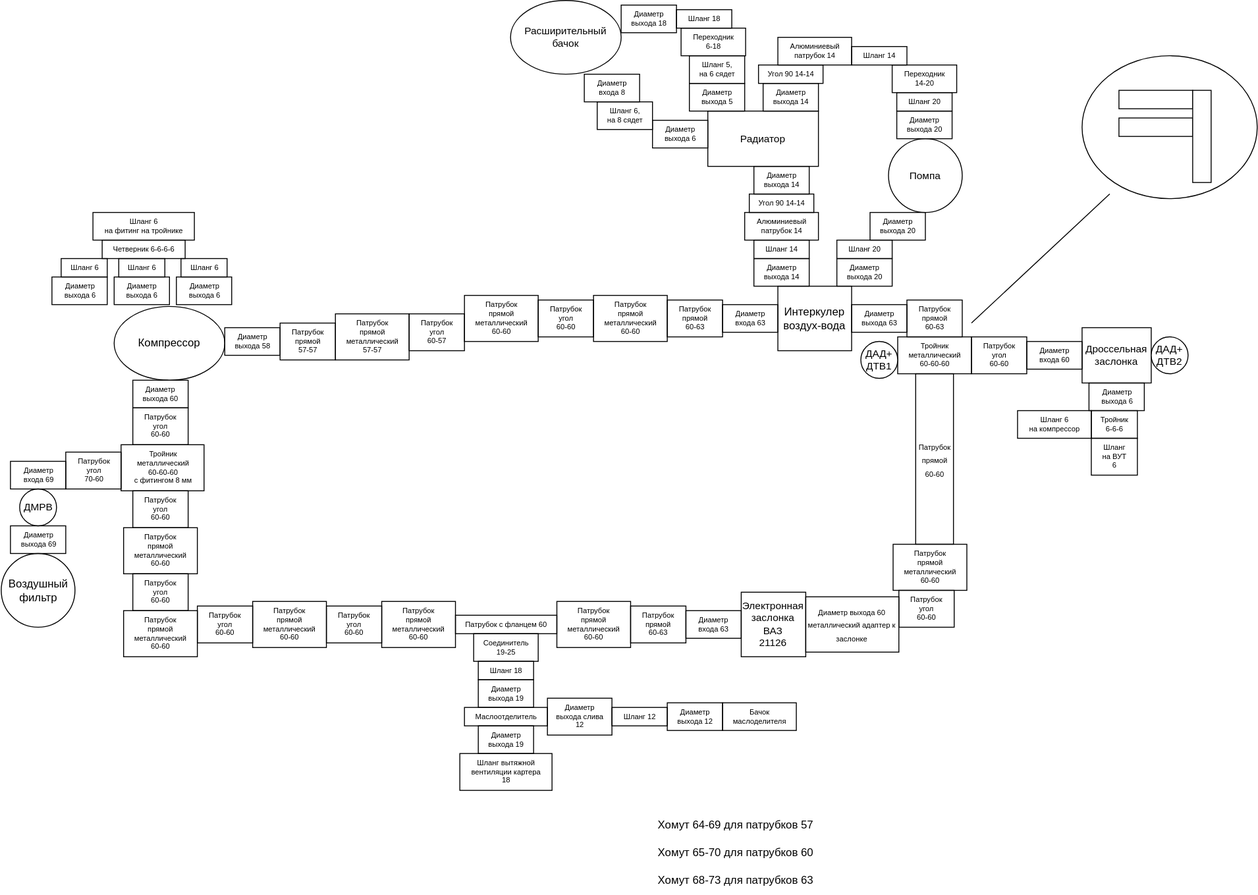
Above: pipes_scheme.drawio.svg in kak-tus/compressor (draw.io), before the change. Source tidied: cells renumbered, new cells last; positions are measured from the earlier drawing's top-left corner, leaving out a move shared by most shapes.
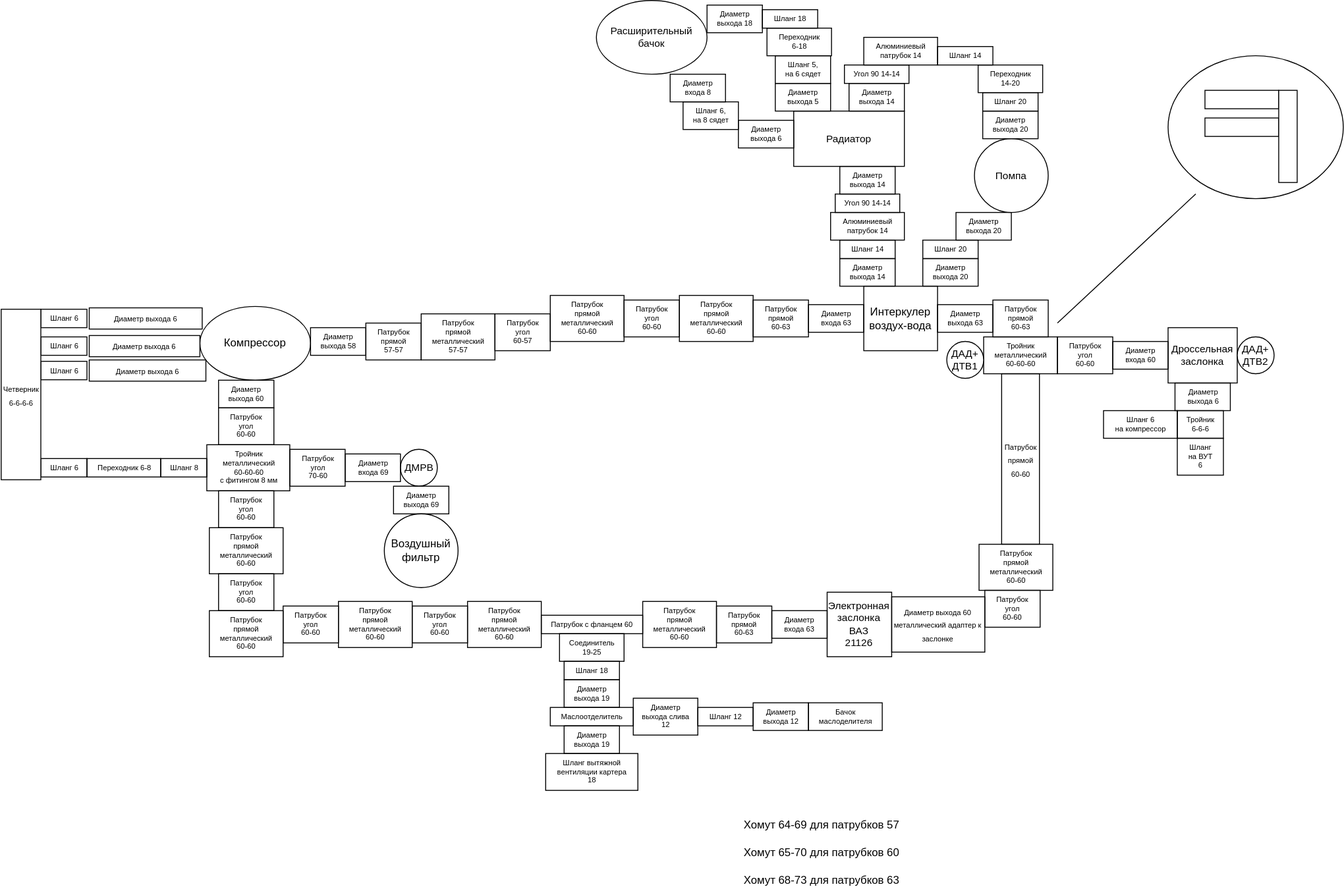
Above is the later version.

Commit message:
Vent pipes from 6 to 8.

Change to the diagram source:
```diff
@@ -3,7 +3,7 @@
     <mxCell id="0" />
     <mxCell id="1" parent="0" />
     <mxCell id="2" value="Воздушный фильтр" style="ellipse;whiteSpace=wrap;html=1;" parent="1" vertex="1">
-      <mxGeometry x="-0.5" y="600" width="80" height="80" as="geometry" />
+      <mxGeometry x="322" y="557" width="80" height="80" as="geometry" />
     </mxCell>
     <mxCell id="3" value="Компрессор" style="ellipse;whiteSpace=wrap;html=1;" parent="1" vertex="1">
       <mxGeometry x="122" y="332" width="120" height="80" as="geometry" />
@@ -30,7 +30,7 @@
       <mxGeometry x="962" y="150" width="80" height="80" as="geometry" />
     </mxCell>
     <mxCell id="11" value="ДМРВ" style="ellipse;whiteSpace=wrap;html=1;fontFamily=Helvetica;fontSize=11;fontColor=default;" parent="1" vertex="1">
-      <mxGeometry x="19.5" y="530" width="40" height="40" as="geometry" />
+      <mxGeometry x="339.5" y="487" width="40" height="40" as="geometry" />
     </mxCell>
     <mxCell id="12" value="Диаметр&lt;br style=&quot;font-size: 8px;&quot;&gt;входа 63" style="text;html=1;align=center;verticalAlign=middle;strokeColor=default;fillColor=none;fontSize=8;" parent="1" vertex="1">
       <mxGeometry x="782" y="330" width="60" height="30" as="geometry" />
@@ -42,7 +42,7 @@
       <mxGeometry x="242" y="355" width="60" height="30" as="geometry" />
     </mxCell>
     <mxCell id="15" value="Диаметр&lt;br style=&quot;font-size: 8px;&quot;&gt;входа 69" style="text;html=1;align=center;verticalAlign=middle;strokeColor=default;fillColor=none;fontSize=8;" parent="1" vertex="1">
-      <mxGeometry x="9.5" y="500" width="60" height="30" as="geometry" />
+      <mxGeometry x="279.5" y="492" width="60" height="30" as="geometry" />
     </mxCell>
     <mxCell id="16" value="Диаметр&lt;br style=&quot;font-size: 8px;&quot;&gt;входа 60" style="text;html=1;align=center;verticalAlign=middle;strokeColor=default;fillColor=none;fontSize=8;" parent="1" vertex="1">
       <mxGeometry x="1112" y="370" width="60" height="30" as="geometry" />
@@ -63,7 +63,7 @@
       <mxGeometry x="129.5" y="482" width="90" height="50" as="geometry" />
     </mxCell>
     <mxCell id="22" value="Диаметр&lt;br style=&quot;font-size: 8px;&quot;&gt;выхода 69" style="text;html=1;align=center;verticalAlign=middle;strokeColor=default;fillColor=none;fontSize=8;" parent="1" vertex="1">
-      <mxGeometry x="9.5" y="570" width="60" height="30" as="geometry" />
+      <mxGeometry x="332" y="527" width="60" height="30" as="geometry" />
     </mxCell>
     <mxCell id="23" value="Диаметр&lt;br style=&quot;font-size: 8px;&quot;&gt;входа 63" style="text;html=1;align=center;verticalAlign=middle;strokeColor=default;fillColor=none;fontSize=8;" parent="1" vertex="1">
       <mxGeometry x="742.2" y="662" width="60" height="30" as="geometry" />
@@ -126,16 +126,13 @@
       <mxGeometry x="646" y="110" width="60" height="30" as="geometry" />
     </mxCell>
     <mxCell id="43" value="Шланг 6" style="text;html=1;align=center;verticalAlign=middle;strokeColor=default;fillColor=none;fontSize=8;" parent="1" vertex="1">
-      <mxGeometry x="127" y="280" width="50" height="20" as="geometry" />
+      <mxGeometry x="-50.5" y="365" width="50" height="20" as="geometry" />
     </mxCell>
     <mxCell id="44" value="Шланг 6" style="text;html=1;align=center;verticalAlign=middle;strokeColor=default;fillColor=none;fontSize=8;" parent="1" vertex="1">
-      <mxGeometry x="194.5" y="280" width="50" height="20" as="geometry" />
+      <mxGeometry x="-50.5" y="391.5" width="50" height="20" as="geometry" />
     </mxCell>
-    <mxCell id="45" value="Четверник 6-6-6-6" style="text;html=1;align=center;verticalAlign=middle;strokeColor=default;fillColor=none;fontSize=8;" parent="1" vertex="1">
-      <mxGeometry x="109" y="260" width="90" height="20" as="geometry" />
-    </mxCell>
-    <mxCell id="46" value="Шланг 6&lt;br&gt;на фитинг на тройнике" style="text;html=1;align=center;verticalAlign=middle;strokeColor=default;fillColor=none;fontSize=8;" parent="1" vertex="1">
-      <mxGeometry x="99" y="230" width="110" height="30" as="geometry" />
+    <mxCell id="46" value="Шланг 8" style="text;html=1;align=center;verticalAlign=middle;strokeColor=default;fillColor=none;fontSize=8;" parent="1" vertex="1">
+      <mxGeometry x="79.5" y="497" width="50" height="20" as="geometry" />
     </mxCell>
     <mxCell id="47" value="Шланг&lt;br&gt;на ВУТ&lt;br&gt;6" style="text;html=1;align=center;verticalAlign=middle;strokeColor=default;fillColor=none;fontSize=8;" parent="1" vertex="1">
       <mxGeometry x="1182" y="475" width="50" height="40" as="geometry" />
@@ -150,7 +147,7 @@
       <mxGeometry x="1182" y="445" width="50" height="30" as="geometry" />
     </mxCell>
     <mxCell id="51" value="Патрубок&lt;br&gt;угол&lt;br style=&quot;border-color: var(--border-color);&quot;&gt;70-60" style="text;html=1;align=center;verticalAlign=middle;strokeColor=default;fillColor=none;fontSize=8;" parent="1" vertex="1">
-      <mxGeometry x="69.5" y="490" width="60" height="40" as="geometry" />
+      <mxGeometry x="219.5" y="487" width="60" height="40" as="geometry" />
     </mxCell>
     <mxCell id="52" value="Диаметр&lt;br style=&quot;font-size: 8px;&quot;&gt;выхода 60" style="text;html=1;align=center;verticalAlign=middle;strokeColor=default;fillColor=none;fontSize=8;" parent="1" vertex="1">
       <mxGeometry x="142.2" y="412" width="60" height="30" as="geometry" />
@@ -176,12 +173,6 @@
     <mxCell id="59" value="Патрубок&lt;br&gt;прямой&lt;br&gt;60-63" style="text;html=1;align=center;verticalAlign=middle;strokeColor=default;fillColor=none;fontSize=8;" parent="1" vertex="1">
       <mxGeometry x="982" y="325" width="60" height="40" as="geometry" />
     </mxCell>
-    <mxCell id="60" value="Диаметр&lt;br style=&quot;font-size: 8px;&quot;&gt;выхода 6" style="text;html=1;align=center;verticalAlign=middle;strokeColor=default;fillColor=none;fontSize=8;" parent="1" vertex="1">
-      <mxGeometry x="122" y="300" width="60" height="30" as="geometry" />
-    </mxCell>
-    <mxCell id="61" value="Диаметр&lt;br style=&quot;font-size: 8px;&quot;&gt;выхода 6" style="text;html=1;align=center;verticalAlign=middle;strokeColor=default;fillColor=none;fontSize=8;" parent="1" vertex="1">
-      <mxGeometry x="189.5" y="300" width="60" height="30" as="geometry" />
-    </mxCell>
     <mxCell id="62" value="Патрубок&lt;br&gt;угол&lt;br&gt;60-60" style="text;html=1;align=center;verticalAlign=middle;strokeColor=default;fillColor=none;fontSize=8;" parent="1" vertex="1">
       <mxGeometry x="1052" y="365" width="60" height="40" as="geometry" />
     </mxCell>
@@ -302,11 +293,26 @@
     <mxCell id="100" value="Патрубок&lt;br&gt;угол&lt;br&gt;60-60" style="text;html=1;align=center;verticalAlign=middle;strokeColor=default;fillColor=none;fontSize=8;" parent="1" vertex="1">
       <mxGeometry x="142.2" y="532" width="60" height="40" as="geometry" />
     </mxCell>
-    <mxCell id="101" value="Диаметр&lt;br style=&quot;font-size: 8px;&quot;&gt;выхода 6" style="text;html=1;align=center;verticalAlign=middle;strokeColor=default;fillColor=none;fontSize=8;" parent="1" vertex="1">
-      <mxGeometry x="54.5" y="300" width="60" height="30" as="geometry" />
-    </mxCell>
     <mxCell id="102" value="Шланг 6" style="text;html=1;align=center;verticalAlign=middle;strokeColor=default;fillColor=none;fontSize=8;" parent="1" vertex="1">
-      <mxGeometry x="64.5" y="280" width="50" height="20" as="geometry" />
+      <mxGeometry x="-50.5" y="335" width="50" height="20" as="geometry" />
     </mxCell>
+    <mxCell id="103" value="&lt;span style=&quot;font-size: 8px;&quot;&gt;Диаметр&amp;nbsp;&lt;/span&gt;&lt;span style=&quot;font-size: 8px;&quot;&gt;выхода 6&lt;/span&gt;" style="rounded=0;whiteSpace=wrap;html=1;" parent="1" vertex="1">
+      <mxGeometry x="2" y="363.5" width="120" height="23" as="geometry" />
+    </mxCell>
+    <mxCell id="104" value="&lt;span style=&quot;font-size: 8px;&quot;&gt;Диаметр&amp;nbsp;&lt;/span&gt;&lt;span style=&quot;font-size: 8px;&quot;&gt;выхода 6&lt;/span&gt;" style="rounded=0;whiteSpace=wrap;html=1;" parent="1" vertex="1">
+      <mxGeometry x="2" y="390" width="126.5" height="23" as="geometry" />
+    </mxCell>
+    <mxCell id="105" value="&lt;span style=&quot;font-size: 8px;&quot;&gt;Диаметр&amp;nbsp;&lt;/span&gt;&lt;span style=&quot;font-size: 8px;&quot;&gt;выхода 6&lt;/span&gt;" style="rounded=0;whiteSpace=wrap;html=1;" parent="1" vertex="1">
+      <mxGeometry x="2" y="333.5" width="122.5" height="23" as="geometry" />
+    </mxCell>
+    <mxCell id="106" value="Шланг 6" style="text;html=1;align=center;verticalAlign=middle;strokeColor=default;fillColor=none;fontSize=8;" parent="1" vertex="1">
+      <mxGeometry x="-50.5" y="497" width="50" height="20" as="geometry" />
+    </mxCell>
+    <mxCell id="107" value="Переходник 6-8" style="text;html=1;align=center;verticalAlign=middle;strokeColor=default;fillColor=none;fontSize=8;" parent="1" vertex="1">
+      <mxGeometry x="-0.5" y="497" width="80" height="20" as="geometry" />
+    </mxCell>
+    <mxCell id="45" value="&lt;span style=&quot;font-size: 8px;&quot;&gt;Четверник 6-6-6-6&lt;/span&gt;" style="rounded=0;whiteSpace=wrap;html=1;direction=south;" parent="1" vertex="1">
+      <mxGeometry x="-93.5" y="335" width="43" height="185" as="geometry" />
+    </mxCell>
   </root>
 </mxGraphModel>
```
